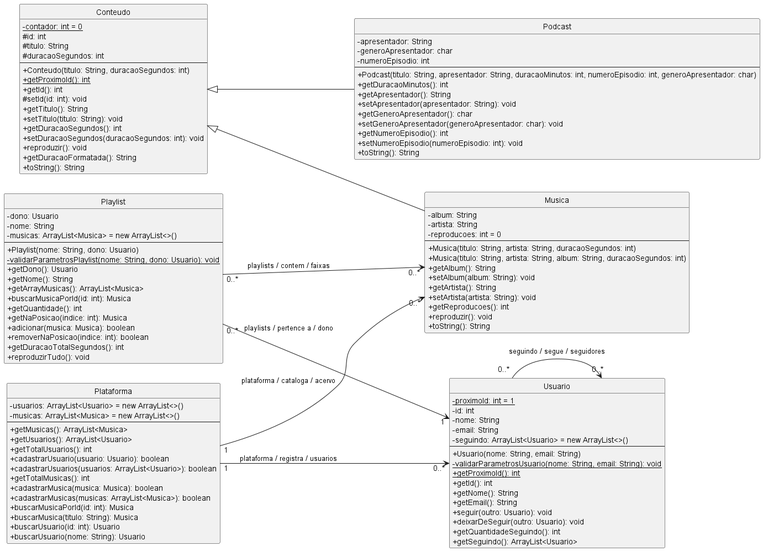
This is docs/diagrama_classes_com_relacionamentos.png from viictor-h-amaral/FaculBCC, a PlantUML export, as it was before one commit.
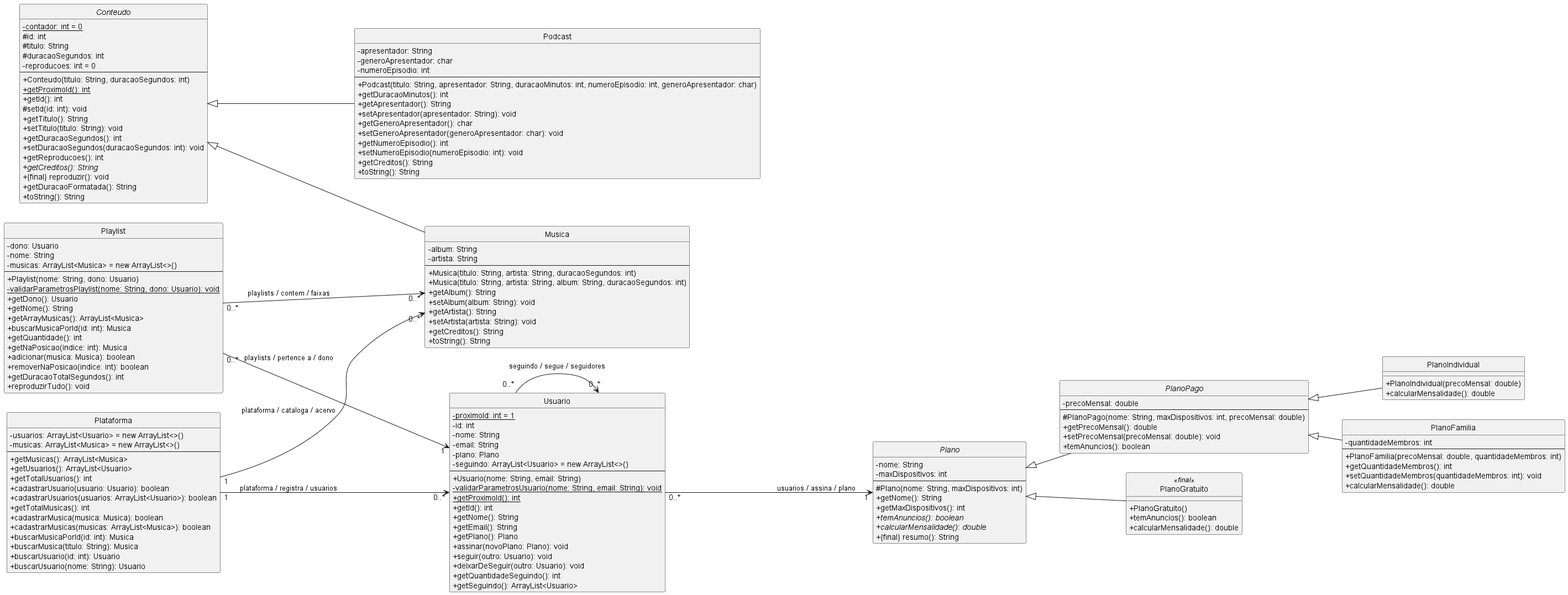
Above is the later version.

What changed in the source:
```diff
@@ -1,13 +1,14 @@
-@startuml
+@startuml "Diagrama de classes com relacionamentos"
 skinparam classAttributeIconSize 0
 hide circle
 left to right direction
 
-class Conteudo {
+abstract class Conteudo {
   -{static} contador: int = 0
   #id: int
   #titulo: String
   #duracaoSegundos: int
+  -reproducoes: int = 0
   --
   +Conteudo(titulo: String, duracaoSegundos: int)
   +{static} getProximoId(): int
@@ -17,7 +18,9 @@
   +setTitulo(titulo: String): void
   +getDuracaoSegundos(): int
   +setDuracaoSegundos(duracaoSegundos: int): void
-  +reproduzir(): void
+  +getReproducoes(): int
+  +{abstract} getCreditos(): String
+  +{final} reproduzir(): void
   +getDuracaoFormatada(): String
   +toString(): String
 }
@@ -25,7 +28,6 @@
 class Musica extends Conteudo {
   -album: String
   -artista: String
-  -reproducoes: int = 0
   --
   +Musica(titulo: String, artista: String, duracaoSegundos: int)
   +Musica(titulo: String, artista: String, album: String, duracaoSegundos: int)
@@ -33,8 +35,7 @@
   +setAlbum(album: String): void
   +getArtista(): String
   +setArtista(artista: String): void
-  +getReproducoes(): int
-  +reproduzir(): void
+  +getCreditos(): String
   +toString(): String
 }
 
@@ -51,7 +52,49 @@
   +setGeneroApresentador(generoApresentador: char): void
   +getNumeroEpisodio(): int
   +setNumeroEpisodio(numeroEpisodio: int): void
+  +getCreditos(): String
   +toString(): String
+}
+
+abstract class Plano {
+  -nome: String
+  -maxDispositivos: int
+  --
+  #Plano(nome: String, maxDispositivos: int)
+  +getNome(): String
+  +getMaxDispositivos(): int
+  +{abstract} temAnuncios(): boolean
+  +{abstract} calcularMensalidade(): double
+  +{final} resumo(): String
+}
+
+abstract class PlanoPago extends Plano {
+  -precoMensal: double
+  --
+  #PlanoPago(nome: String, maxDispositivos: int, precoMensal: double)
+  +getPrecoMensal(): double
+  +setPrecoMensal(precoMensal: double): void
+  +temAnuncios(): boolean
+}
+
+class PlanoGratuito <<final>> extends Plano {
+  +PlanoGratuito()
+  +temAnuncios(): boolean
+  +calcularMensalidade(): double
+}
+
+class PlanoIndividual extends PlanoPago {
+  +PlanoIndividual(precoMensal: double)
+  +calcularMensalidade(): double
+}
+
+class PlanoFamilia extends PlanoPago {
+  -quantidadeMembros: int
+  --
+  +PlanoFamilia(precoMensal: double, quantidadeMembros: int)
+  +getQuantidadeMembros(): int
+  +setQuantidadeMembros(quantidadeMembros: int): void
+  +calcularMensalidade(): double
 }
 
 class Plataforma {
@@ -77,6 +120,7 @@
   -id: int
   -nome: String
   -email: String
+  -plano: Plano
   -seguindo: ArrayList<Usuario> = new ArrayList<>()
   --
   +Usuario(nome: String, email: String)
@@ -85,6 +129,8 @@
   +getId(): int
   +getNome(): String
   +getEmail(): String
+  +getPlano(): Plano
+  +assinar(novoPlano: Plano): void
   +seguir(outro: Usuario): void
   +deixarDeSeguir(outro: Usuario): void
   +getQuantidadeSeguindo(): int
@@ -115,5 +161,6 @@
 Playlist "0..*" --> "1" Usuario : playlists / pertence a / dono
 Playlist "0..*" --> "0..*" Musica : playlists / contem / faixas
 Usuario "0..*" --> "0..*" Usuario : seguindo / segue / seguidores
+Usuario "0..*" --> "1" Plano : usuarios / assina / plano
 
 @enduml
```
